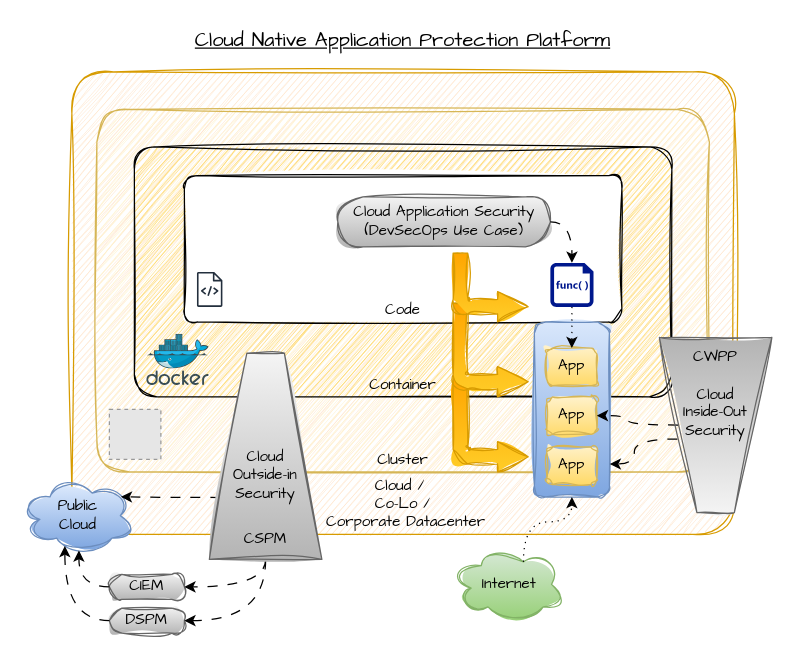
The draw.io diagram page "4C Security" (2 of 2) of Prisma Cloud - Features.drawio in billhoph/whiteboards, before the edit. Source tidied: cells renumbered, new cells numbered last; positions are measured from the earlier drawing's top-left corner, leaving out a move shared by most shapes. Both pictures are drawn from the tidied source at 125%, with x=0, y=0 at pixel (21, 21). Pictures stored in the file or linked from it are replaced by grey dashed boxes.
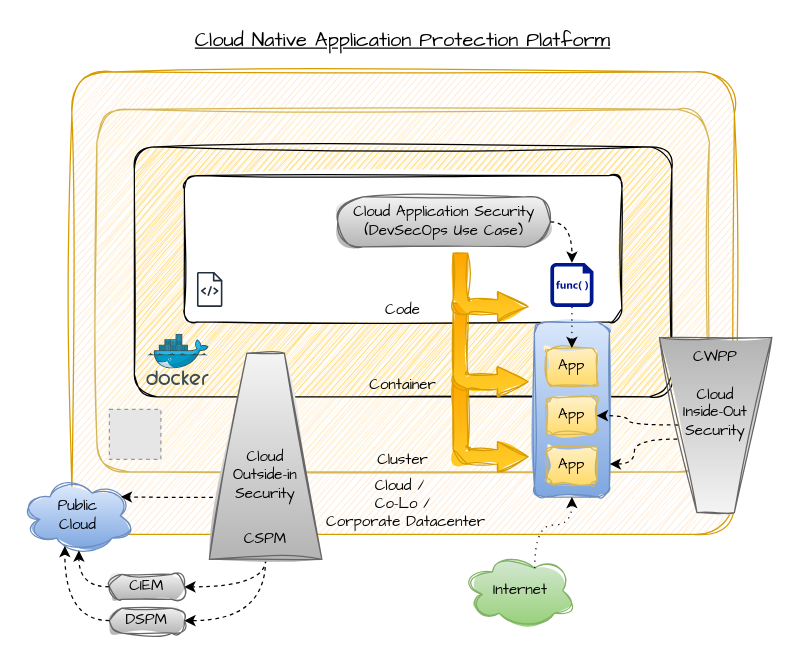
Above is the later version.

Unchanged cells that the change refers to:
```xml
<mxCell id="7" value="Public&lt;div&gt;Cloud&lt;/div&gt;" style="ellipse;shape=cloud;whiteSpace=wrap;html=1;sketch=1;hachureGap=4;jiggle=2;curveFitting=1;fontFamily=Architects Daughter;fillColor=#dae8fc;gradientColor=#7ea6e0;strokeColor=#6c8ebf;" parent="1" vertex="1">
  <mxGeometry y="365" width="90" height="60" as="geometry" />
</mxCell>
<mxCell id="11" value="CIEM" style="rounded=1;whiteSpace=wrap;html=1;sketch=1;hachureGap=4;jiggle=2;curveFitting=1;fontFamily=Architects Daughter;arcSize=50;fillColor=#f5f5f5;strokeColor=#666666;gradientColor=#b3b3b3;" parent="1" vertex="1">
  <mxGeometry x="70" y="442" width="60" height="20" as="geometry" />
</mxCell>
<mxCell id="12" value="DSPM" style="rounded=1;whiteSpace=wrap;html=1;sketch=1;hachureGap=4;jiggle=2;curveFitting=1;fontFamily=Architects Daughter;arcSize=50;fillColor=#f5f5f5;strokeColor=#666666;gradientColor=#b3b3b3;" parent="1" vertex="1">
  <mxGeometry x="70" y="469" width="60" height="20" as="geometry" />
</mxCell>
<mxCell id="13" value="Cloud Application&amp;nbsp;&lt;span style=&quot;background-color: initial;&quot;&gt;Security&lt;/span&gt;&lt;div&gt;(DevSecOps Use Case)&lt;/div&gt;" style="rounded=1;whiteSpace=wrap;html=1;sketch=1;hachureGap=4;jiggle=2;curveFitting=1;fontFamily=Architects Daughter;arcSize=50;fillColor=#f5f5f5;strokeColor=#666666;gradientColor=#b3b3b3;" parent="1" vertex="1">
  <mxGeometry x="252.8" y="140" width="170" height="40" as="geometry" />
</mxCell>
<mxCell id="17" style="rounded=1;whiteSpace=wrap;html=1;sketch=1;hachureGap=4;jiggle=2;curveFitting=1;fontFamily=Architects Daughter;fillColor=#dae8fc;gradientColor=#7ea6e0;strokeColor=#6c8ebf;" parent="1" vertex="1">
  <mxGeometry x="410" y="240" width="60" height="140" as="geometry" />
</mxCell>
<mxCell id="19" value="App" style="rounded=1;whiteSpace=wrap;html=1;sketch=1;hachureGap=4;jiggle=2;curveFitting=1;fontFamily=Architects Daughter;fillColor=#fff2cc;gradientColor=#ffd966;strokeColor=#d6b656;" parent="1" vertex="1">
  <mxGeometry x="420" y="300" width="40" height="30" as="geometry" />
</mxCell>
<mxCell id="22" style="sketch=0;shadow=0;dashed=0;html=1;strokeColor=none;labelPosition=center;verticalLabelPosition=bottom;verticalAlign=top;align=center;fillColor=#00188D;shape=mxgraph.mscae.enterprise.code_file;hachureGap=4;jiggle=2;curveFitting=1;fontFamily=Architects Daughter;" parent="1" vertex="1">
  <mxGeometry x="422.8" y="192.8" width="34.5" height="35.2" as="geometry" />
</mxCell>
<mxCell id="33" style="shape=trapezoid;perimeter=trapezoidPerimeter;whiteSpace=wrap;html=1;fixedSize=1;sketch=1;hachureGap=4;jiggle=2;curveFitting=1;fontFamily=Architects Daughter;size=30;fillColor=#f5f5f5;strokeColor=#666666;gradientColor=#b3b3b3;" parent="1" vertex="1">
  <mxGeometry x="150" y="265" width="90" height="165" as="geometry" />
</mxCell>
<mxCell id="34" value="CSPM" style="text;html=1;align=center;verticalAlign=middle;whiteSpace=wrap;rounded=0;fontFamily=Architects Daughter;" parent="1" vertex="1">
  <mxGeometry x="165" y="397" width="60" height="33" as="geometry" />
</mxCell>
<mxCell id="36" style="shape=trapezoid;perimeter=trapezoidPerimeter;whiteSpace=wrap;html=1;fixedSize=1;sketch=1;hachureGap=4;jiggle=2;curveFitting=1;fontFamily=Architects Daughter;rotation=-180;size=30;fillColor=#f5f5f5;strokeColor=#666666;gradientColor=#b3b3b3;" parent="1" vertex="1">
  <mxGeometry x="510" y="252.5" width="90" height="140" as="geometry" />
</mxCell>
```

What changed in the source:
```diff
@@
     <mxCell id="23" value="Internet" style="ellipse;shape=cloud;whiteSpace=wrap;html=1;sketch=1;hachureGap=4;jiggle=2;curveFitting=1;fontFamily=Architects Daughter;fillColor=#d5e8d4;gradientColor=#97d077;strokeColor=#82b366;" parent="1" vertex="1">
-      <mxGeometry x="345" y="420" width="90" height="60" as="geometry" />
+      <mxGeometry x="354" y="425" width="90" height="60" as="geometry" />
     </mxCell>
@@
-    <mxCell id="25" style="edgeStyle=orthogonalEdgeStyle;curved=1;rounded=0;hachureGap=4;jettySize=auto;html=1;exitX=0;exitY=0.75;exitDx=0;exitDy=0;entryX=0.88;entryY=0.25;entryDx=0;entryDy=0;entryPerimeter=0;dashed=1;dashPattern=8 8;strokeColor=default;align=center;verticalAlign=middle;fontFamily=Architects Daughter;fontSize=11;fontColor=default;labelBackgroundColor=default;endArrow=classic;flowAnimation=1;" parent="1" edge="1" source="33" target="7">
+    <mxCell id="25" style="edgeStyle=orthogonalEdgeStyle;curved=1;rounded=0;hachureGap=4;jettySize=auto;html=1;exitX=0;exitY=0.75;exitDx=0;exitDy=0;entryX=0.88;entryY=0.25;entryDx=0;entryDy=0;entryPerimeter=0;strokeColor=default;align=center;verticalAlign=middle;fontFamily=Architects Daughter;fontSize=11;fontColor=default;labelBackgroundColor=default;endArrow=classic;flowAnimation=1;dashed=1;" parent="1" edge="1" source="33" target="7">
       <mxGeometry relative="1" as="geometry" />
     </mxCell>
-    <mxCell id="26" style="edgeStyle=orthogonalEdgeStyle;curved=1;rounded=0;hachureGap=4;jettySize=auto;html=1;exitX=0.84;exitY=0.42;exitDx=0;exitDy=0;entryX=1.005;entryY=0.812;entryDx=0;entryDy=0;entryPerimeter=0;dashed=1;dashPattern=8 8;strokeColor=default;align=center;verticalAlign=middle;fontFamily=Architects Daughter;fontSize=11;fontColor=default;labelBackgroundColor=default;endArrow=classic;flowAnimation=1;exitPerimeter=0;" parent="1" edge="1" source="36" target="17">
+    <mxCell id="26" style="edgeStyle=orthogonalEdgeStyle;curved=1;rounded=0;hachureGap=4;jettySize=auto;html=1;exitX=0.84;exitY=0.42;exitDx=0;exitDy=0;entryX=1.005;entryY=0.812;entryDx=0;entryDy=0;entryPerimeter=0;strokeColor=default;align=center;verticalAlign=middle;fontFamily=Architects Daughter;fontSize=11;fontColor=default;labelBackgroundColor=default;endArrow=classic;flowAnimation=1;exitPerimeter=0;dashed=1;" parent="1" edge="1" source="36" target="17">
       <mxGeometry relative="1" as="geometry" />
     </mxCell>
-    <mxCell id="27" style="edgeStyle=orthogonalEdgeStyle;curved=1;rounded=0;hachureGap=4;jettySize=auto;html=1;exitX=0.5;exitY=1;exitDx=0;exitDy=0;entryX=1;entryY=0.5;entryDx=0;entryDy=0;dashed=1;dashPattern=8 8;strokeColor=default;align=center;verticalAlign=middle;fontFamily=Architects Daughter;fontSize=11;fontColor=default;labelBackgroundColor=default;endArrow=classic;flowAnimation=1;" parent="1" edge="1" source="34" target="12">
+    <mxCell id="27" style="edgeStyle=orthogonalEdgeStyle;curved=1;rounded=0;hachureGap=4;jettySize=auto;html=1;exitX=0.5;exitY=1;exitDx=0;exitDy=0;entryX=1;entryY=0.5;entryDx=0;entryDy=0;strokeColor=default;align=center;verticalAlign=middle;fontFamily=Architects Daughter;fontSize=11;fontColor=default;labelBackgroundColor=default;endArrow=classic;flowAnimation=1;dashed=1;" parent="1" edge="1" source="34" target="12">
       <mxGeometry relative="1" as="geometry" />
     </mxCell>
-    <mxCell id="28" style="edgeStyle=orthogonalEdgeStyle;curved=1;rounded=0;hachureGap=4;jettySize=auto;html=1;entryX=1;entryY=0.5;entryDx=0;entryDy=0;dashed=1;dashPattern=8 8;strokeColor=default;align=center;verticalAlign=middle;fontFamily=Architects Daughter;fontSize=11;fontColor=default;labelBackgroundColor=default;endArrow=classic;flowAnimation=1;exitX=0.5;exitY=1;exitDx=0;exitDy=0;" parent="1" edge="1" source="34" target="11">
+    <mxCell id="28" style="edgeStyle=orthogonalEdgeStyle;curved=1;rounded=0;hachureGap=4;jettySize=auto;html=1;entryX=1;entryY=0.5;entryDx=0;entryDy=0;strokeColor=default;align=center;verticalAlign=middle;fontFamily=Architects Daughter;fontSize=11;fontColor=default;labelBackgroundColor=default;endArrow=classic;flowAnimation=1;exitX=0.5;exitY=1;exitDx=0;exitDy=0;dashed=1;" parent="1" edge="1" source="34" target="11">
       <mxGeometry relative="1" as="geometry" />
     </mxCell>
-    <mxCell id="29" style="edgeStyle=orthogonalEdgeStyle;curved=1;rounded=0;hachureGap=4;jettySize=auto;html=1;exitX=0;exitY=0.5;exitDx=0;exitDy=0;entryX=0.507;entryY=0.964;entryDx=0;entryDy=0;entryPerimeter=0;dashed=1;dashPattern=8 8;strokeColor=default;align=center;verticalAlign=middle;fontFamily=Architects Daughter;fontSize=11;fontColor=default;labelBackgroundColor=default;endArrow=classic;flowAnimation=1;" parent="1" edge="1" source="11" target="7">
+    <mxCell id="29" style="edgeStyle=orthogonalEdgeStyle;curved=1;rounded=0;hachureGap=4;jettySize=auto;html=1;exitX=0;exitY=0.5;exitDx=0;exitDy=0;entryX=0.507;entryY=0.964;entryDx=0;entryDy=0;entryPerimeter=0;strokeColor=default;align=center;verticalAlign=middle;fontFamily=Architects Daughter;fontSize=11;fontColor=default;labelBackgroundColor=default;endArrow=classic;flowAnimation=1;dashed=1;" parent="1" edge="1" source="11" target="7">
       <mxGeometry relative="1" as="geometry" />
     </mxCell>
-    <mxCell id="30" style="edgeStyle=orthogonalEdgeStyle;curved=1;rounded=0;hachureGap=4;jettySize=auto;html=1;exitX=0;exitY=0.5;exitDx=0;exitDy=0;entryX=0.382;entryY=0.905;entryDx=0;entryDy=0;entryPerimeter=0;dashed=1;dashPattern=8 8;strokeColor=default;align=center;verticalAlign=middle;fontFamily=Architects Daughter;fontSize=11;fontColor=default;labelBackgroundColor=default;endArrow=classic;flowAnimation=1;" parent="1" edge="1" source="12" target="7">
+    <mxCell id="30" style="edgeStyle=orthogonalEdgeStyle;curved=1;rounded=0;hachureGap=4;jettySize=auto;html=1;exitX=0;exitY=0.5;exitDx=0;exitDy=0;entryX=0.382;entryY=0.905;entryDx=0;entryDy=0;entryPerimeter=0;strokeColor=default;align=center;verticalAlign=middle;fontFamily=Architects Daughter;fontSize=11;fontColor=default;labelBackgroundColor=default;endArrow=classic;flowAnimation=1;dashed=1;" parent="1" edge="1" source="12" target="7">
       <mxGeometry relative="1" as="geometry" />
     </mxCell>
-    <mxCell id="31" style="edgeStyle=orthogonalEdgeStyle;curved=1;rounded=0;hachureGap=4;jettySize=auto;html=1;entryX=1;entryY=0.5;entryDx=0;entryDy=0;dashed=1;dashPattern=8 8;strokeColor=default;align=center;verticalAlign=middle;fontFamily=Architects Daughter;fontSize=11;fontColor=default;labelBackgroundColor=default;endArrow=classic;flowAnimation=1;" parent="1" edge="1" source="36" target="19">
+    <mxCell id="31" style="edgeStyle=orthogonalEdgeStyle;curved=1;rounded=0;hachureGap=4;jettySize=auto;html=1;entryX=1;entryY=0.5;entryDx=0;entryDy=0;strokeColor=default;align=center;verticalAlign=middle;fontFamily=Architects Daughter;fontSize=11;fontColor=default;labelBackgroundColor=default;endArrow=classic;flowAnimation=1;dashed=1;" parent="1" edge="1" source="36" target="19">
       <mxGeometry relative="1" as="geometry" />
     </mxCell>
-    <mxCell id="32" style="edgeStyle=orthogonalEdgeStyle;curved=1;rounded=0;hachureGap=4;jettySize=auto;html=1;exitX=1;exitY=0.5;exitDx=0;exitDy=0;entryX=0.5;entryY=0;entryDx=0;entryDy=0;entryPerimeter=0;dashed=1;dashPattern=8 8;strokeColor=default;align=center;verticalAlign=middle;fontFamily=Architects Daughter;fontSize=11;fontColor=default;labelBackgroundColor=default;endArrow=classic;flowAnimation=1;" parent="1" edge="1" source="13" target="22">
+    <mxCell id="32" style="edgeStyle=orthogonalEdgeStyle;curved=1;rounded=0;hachureGap=4;jettySize=auto;html=1;exitX=1;exitY=0.5;exitDx=0;exitDy=0;entryX=0.5;entryY=0;entryDx=0;entryDy=0;entryPerimeter=0;strokeColor=default;align=center;verticalAlign=middle;fontFamily=Architects Daughter;fontSize=11;fontColor=default;labelBackgroundColor=default;endArrow=classic;flowAnimation=1;dashed=1;" parent="1" edge="1" source="13" target="22">
       <mxGeometry relative="1" as="geometry" />
     </mxCell>
```
